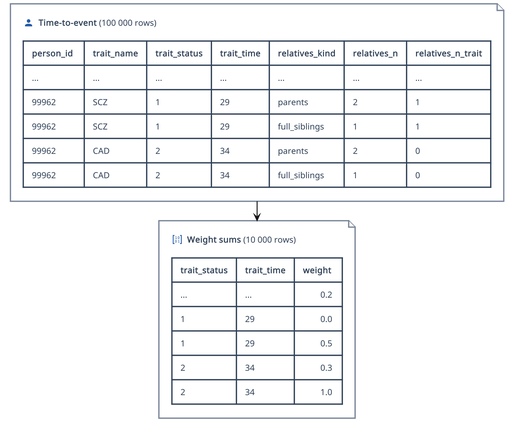
BioPsyk/epimight keeps this PlantUML diagram as guides/diagrams/cif-flowchart.png. Above is the earlier version.
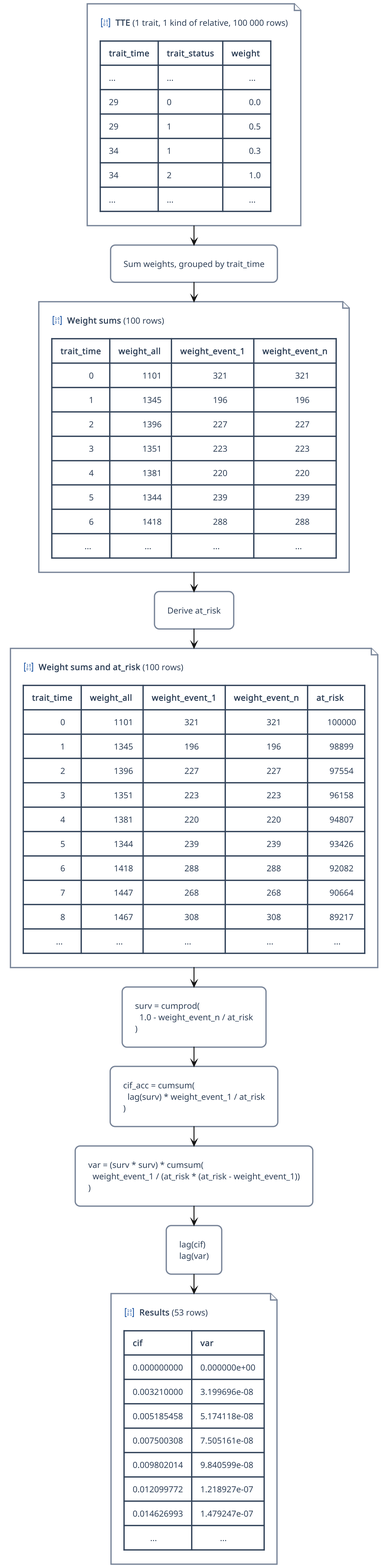
Above is the later version.

Commit message:
Adds all steps of CIF derivation

What changed in the source:
```diff
@@ -7,27 +7,78 @@
 !include <material/matrix>
 !include ./diagrams/ibp.puml
 
-file tte [
-<color:#255ba7><$ma_account{scale=0.35}></color>  **Time-to-event** (100 000 rows)
+file chosen_trait [
+<color:#255ba7><$ma_matrix{scale=0.35}></color>  **TTE** (1 trait, 1 kind of relative, 100 000 rows)
 
-| **person_id**  | **trait_name** | **trait_status** | **trait_time** | **relatives_kind** | **relatives_n** | **relatives_n_trait** |
-| ...            | ...            | ...              | ...            | ...                | ...             | ...                   |
-| 99962          | SCZ            | 1                | 29             | parents            | 2               | 1                     |
-| 99962          | SCZ            | 1                | 29             | full_siblings      | 1               | 1                     |
-| 99962          | CAD            | 2                | 34             | parents            | 2               | 0                     |
-| 99962          | CAD            | 2                | 34             | full_siblings      | 1               | 0                     |
+| **trait_time** | **trait_status** | **weight**  |
+| ...            | ...              |         ... |
+| 29             | 0                |         0.0 |
+| 29             | 1                |         0.5 |
+| 34             | 1                |         0.3 |
+| 34             | 2                |         1.0 |
+| ...            | ...              |         ... |
 ]
 
-file chosen_trait [
-<color:#255ba7><$ma_matrix{scale=0.35}></color>  **Weight sums** (10 000 rows)
+rectangle "Sum weights, grouped by trait_time" as sum_weights
 
-| **trait_status** | **trait_time** | **weight**  |
-| ...              | ...            |         0.2 |
-| 1                | 29             |         0.0 |
-| 1                | 29             |         0.5 |
-| 2                | 34             |         0.3 |
-| 2                | 34             |         1.0 |
+file weight_sums [
+<color:#255ba7><$ma_matrix{scale=0.35}></color>  **Weight sums** (100 rows)
+
+| **trait_time** | **weight_all**  | **weight_event_1** | **weight_event_n** |
+|              0 |            1101 |                321 |                321 |
+|              1 |            1345 |                196 |                196 |
+|              2 |            1396 |                227 |                227 |
+|              3 |            1351 |                223 |                223 |
+|              4 |            1381 |                220 |                220 |
+|              5 |            1344 |                239 |                239 |
+|              6 |            1418 |                288 |                288 |
+|            ... |             ... |                ... |                ... |
 ]
 
-tte --> chosen_trait
+rectangle "Derive at_risk" as derive_at_risk
+
+file at_risk_sums [
+<color:#255ba7><$ma_matrix{scale=0.35}></color>  **Weight sums and at_risk** (100 rows)
+
+| **trait_time** | **weight_all**  | **weight_event_1** | **weight_event_n** | **at_risk** |
+|              0 |            1101 |                321 |                321 |      100000 |
+|              1 |            1345 |                196 |                196 |       98899 |
+|              2 |            1396 |                227 |                227 |       97554 |
+|              3 |            1351 |                223 |                223 |       96158 |
+|              4 |            1381 |                220 |                220 |       94807 |
+|              5 |            1344 |                239 |                239 |       93426 |
+|              6 |            1418 |                288 |                288 |       92082 |
+|              7 |            1447 |                268 |                268 |       90664 |
+|              8 |            1467 |                308 |                308 |       89217 |
+|            ... |             ... |                ... |                ... |         ... |
+]
+
+file results [
+<color:#255ba7><$ma_matrix{scale=0.35}></color>  **Results** (53 rows)
+
+| **cif**     | **var **     |
+| 0.000000000 | 0.000000e+00 |
+| 0.003210000 | 3.199696e-08 |
+| 0.005185458 | 5.174118e-08 |
+| 0.007500308 | 7.505161e-08 |
+| 0.009802014 | 9.840599e-08 |
+| 0.012099772 | 1.218927e-07 |
+| 0.014626993 | 1.479247e-07 |
+|         ... |          ... |
+]
+
+rectangle "surv = cumprod(\n  1.0 - weight_event_n / at_risk\n)" as derive_surv
+rectangle "cif_acc = cumsum(\n  lag(surv) * weight_event_1 / at_risk\n)" as derive_cif_acc
+rectangle "var = (surv * surv) * cumsum(\n  weight_event_1 / (at_risk * (at_risk - weight_event_1))\n)" as derive_var
+rectangle "lag(cif)\nlag(var)" as lag_cif_var
+
+chosen_trait --> sum_weights
+sum_weights --> weight_sums
+weight_sums --> derive_at_risk
+derive_at_risk --> at_risk_sums
+at_risk_sums --> derive_surv
+derive_surv --> derive_cif_acc
+derive_cif_acc --> derive_var
+derive_var --> lag_cif_var
+lag_cif_var --> results
 @enduml
```
